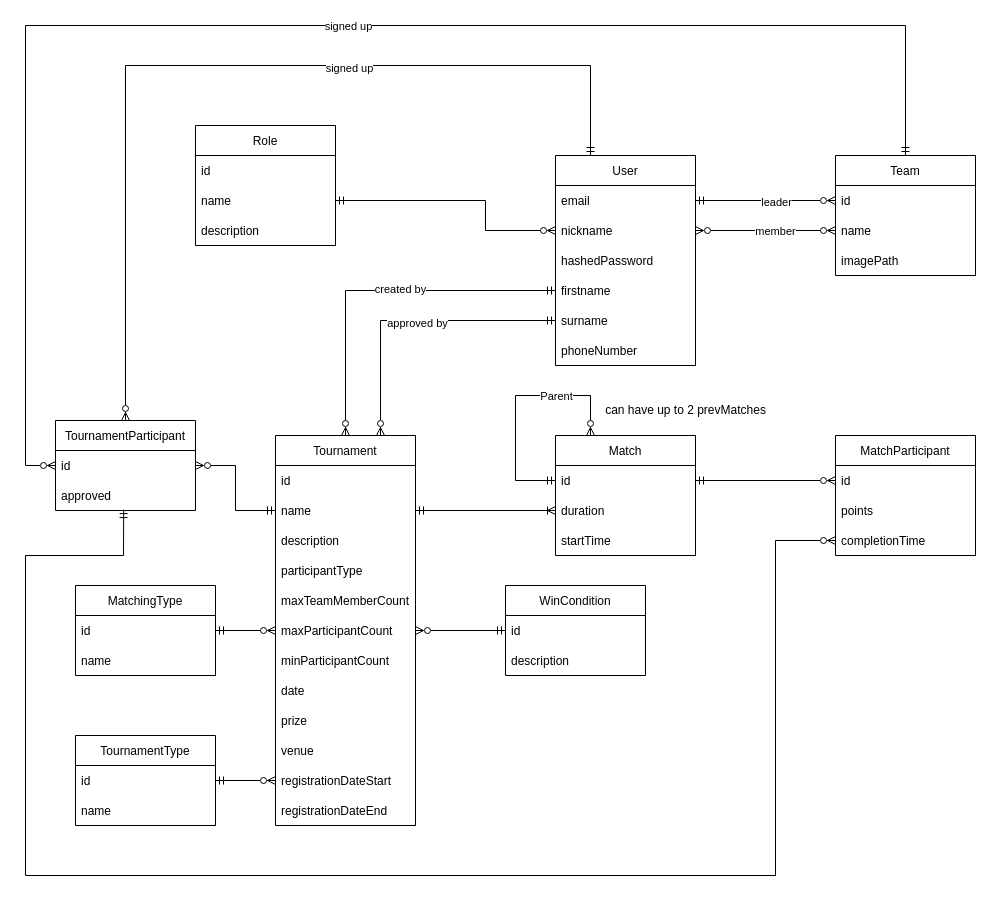
Above: erd.drawio in PreGros/IIS_Project (draw.io), before the change. Source tidied: cells renumbered, new cells numbered last; positions are measured from the earlier drawing's top-left corner, leaving out a move shared by most shapes. Both pictures are drawn from the tidied source at 100%, with x=0, y=0 at pixel (25, 25).
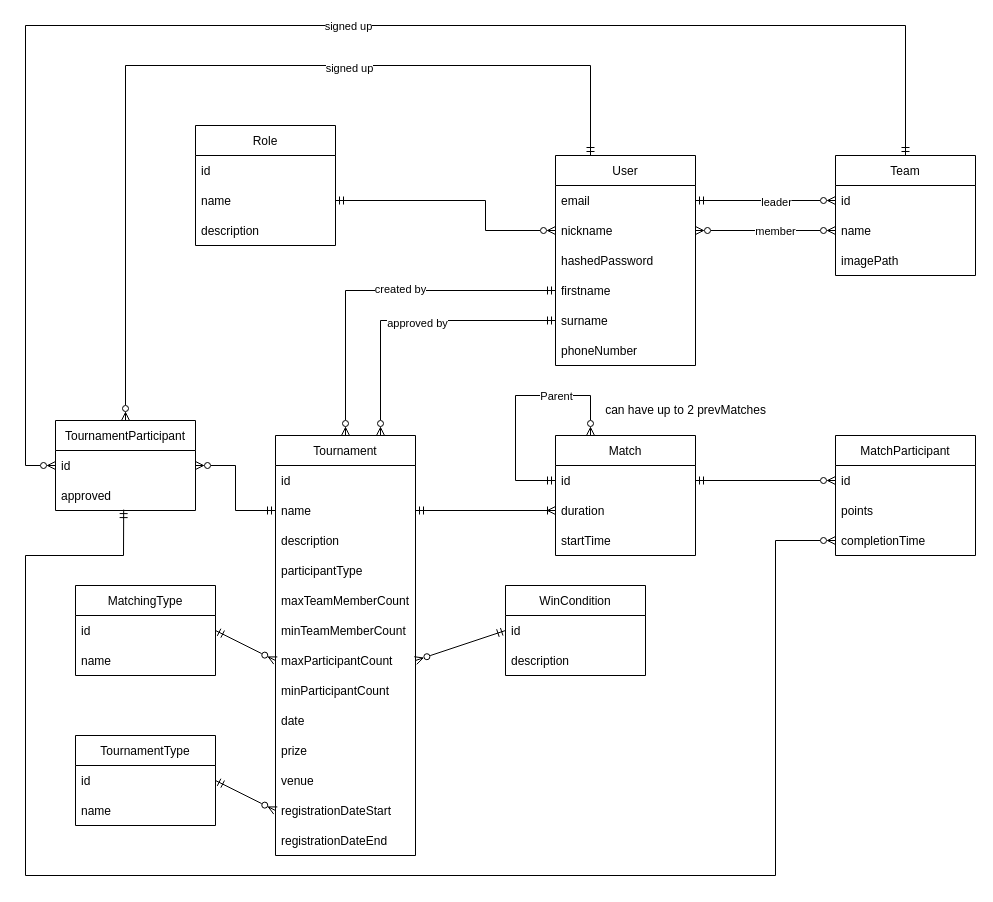
The same page after the edit.

The edit, as a diff of the source:
```diff
@@
     <mxCell id="43" value="Tournament" style="swimlane;fontStyle=0;horizontal=1;startSize=30;" parent="1" vertex="1">
-      <mxGeometry x="250" y="410" width="140" height="390" as="geometry" />
+      <mxGeometry x="250" y="410" width="140" height="420" as="geometry" />
     </mxCell>
@@
+    <mxCell id="73" value="minTeamMemberCount" style="text;strokeColor=none;fillColor=none;align=left;verticalAlign=middle;spacingLeft=4;spacingRight=4;overflow=hidden;" parent="43" vertex="1">
+      <mxGeometry y="180" width="140" height="30" as="geometry" />
+    </mxCell>
     <mxCell id="49" value="maxParticipantCount" style="text;strokeColor=none;fillColor=none;align=left;verticalAlign=middle;spacingLeft=4;spacingRight=4;overflow=hidden;points=[[0,0.5],[1,0.5]];portConstraint=eastwest;" parent="43" vertex="1">
-      <mxGeometry y="180" width="140" height="30" as="geometry" />
+      <mxGeometry y="210" width="140" height="30" as="geometry" />
     </mxCell>
     <mxCell id="50" value="minParticipantCount" style="text;strokeColor=none;fillColor=none;align=left;verticalAlign=middle;spacingLeft=4;spacingRight=4;overflow=hidden;" parent="43" vertex="1">
-      <mxGeometry y="210" width="140" height="30" as="geometry" />
+      <mxGeometry y="240" width="140" height="30" as="geometry" />
     </mxCell>
     <mxCell id="51" value="date" style="text;strokeColor=none;fillColor=none;align=left;verticalAlign=middle;spacingLeft=4;spacingRight=4;overflow=hidden;" parent="43" vertex="1">
-      <mxGeometry y="240" width="140" height="30" as="geometry" />
+      <mxGeometry y="270" width="140" height="30" as="geometry" />
     </mxCell>
     <mxCell id="52" value="prize" style="text;strokeColor=none;fillColor=none;align=left;verticalAlign=middle;spacingLeft=4;spacingRight=4;overflow=hidden;" parent="43" vertex="1">
-      <mxGeometry y="270" width="140" height="30" as="geometry" />
+      <mxGeometry y="300" width="140" height="30" as="geometry" />
     </mxCell>
     <mxCell id="53" value="venue" style="text;strokeColor=none;fillColor=none;align=left;verticalAlign=middle;spacingLeft=4;spacingRight=4;overflow=hidden;" parent="43" vertex="1">
-      <mxGeometry y="300" width="140" height="30" as="geometry" />
+      <mxGeometry y="330" width="140" height="30" as="geometry" />
     </mxCell>
     <mxCell id="54" value="registrationDateStart" style="text;strokeColor=none;fillColor=none;align=left;verticalAlign=middle;spacingLeft=4;spacingRight=4;overflow=hidden;points=[[0,0.5],[1,0.5]];portConstraint=eastwest;" parent="43" vertex="1">
-      <mxGeometry y="330" width="140" height="30" as="geometry" />
+      <mxGeometry y="360" width="140" height="30" as="geometry" />
     </mxCell>
     <mxCell id="55" value="registrationDateEnd" style="text;strokeColor=none;fillColor=none;align=left;verticalAlign=middle;spacingLeft=4;spacingRight=4;overflow=hidden;" parent="43" vertex="1">
-      <mxGeometry y="360" width="140" height="30" as="geometry" />
+      <mxGeometry y="390" width="140" height="30" as="geometry" />
     </mxCell>
```
